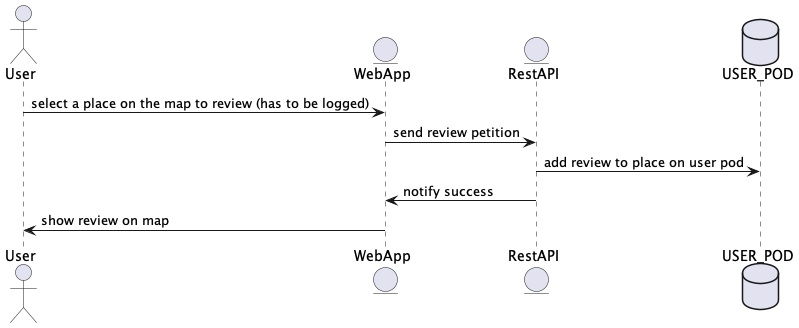
Earlier version of the PlantUML export images/Reviews diagram.png (Arquisoft/lomap_es5c).
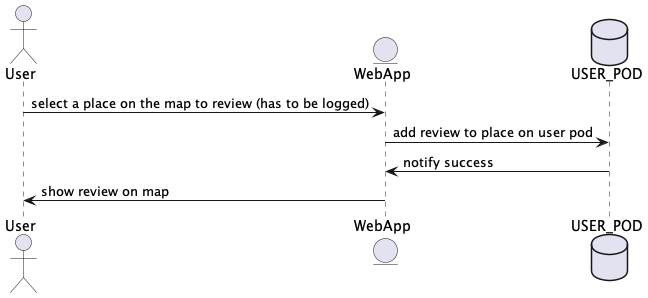
Above is the later version.

What changed in the source:
```diff
@@ -1,12 +1,10 @@
 @startuml
 actor User
 entity EntityWeb as "WebApp"
-entity EntityRest as "RestAPI"
 database Pod as "USER_POD"
 
 User -> EntityWeb: select a place on the map to review (has to be logged)
-EntityWeb -> EntityRest: send review petition
-EntityRest -> Pod: add review to place on user pod
-EntityRest -> EntityWeb: notify success
+EntityWeb -> Pod: add review to place on user pod
+Pod -> EntityWeb: notify success
 EntityWeb -> User: show review on map
 @enduml
```
